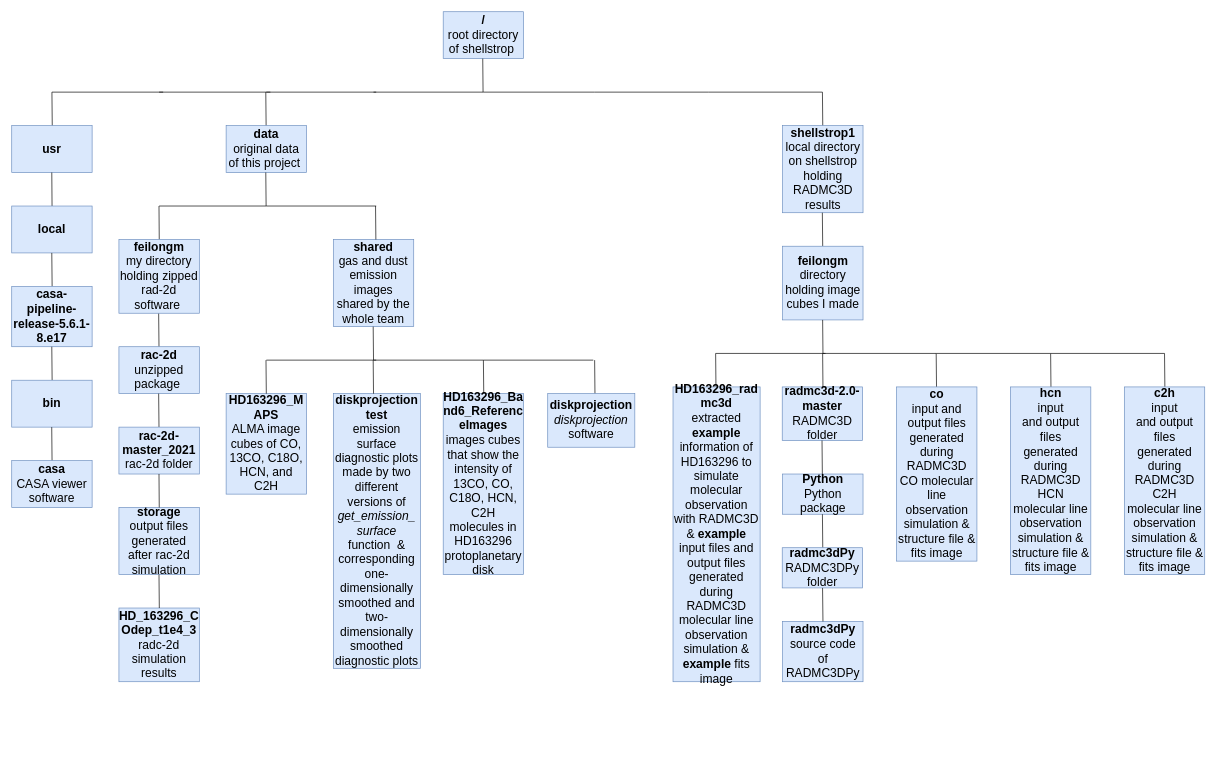
Above: notebooks/Untitled Diagram.drawio in feilongm/Notebooks (draw.io), before the change. Source tidied: cells renumbered, new cells numbered last; positions are measured from the earlier drawing's top-left corner, leaving out a move shared by most shapes. Both pictures are drawn from the tidied source at 67%, with x=0, y=0 at pixel (11, 11).
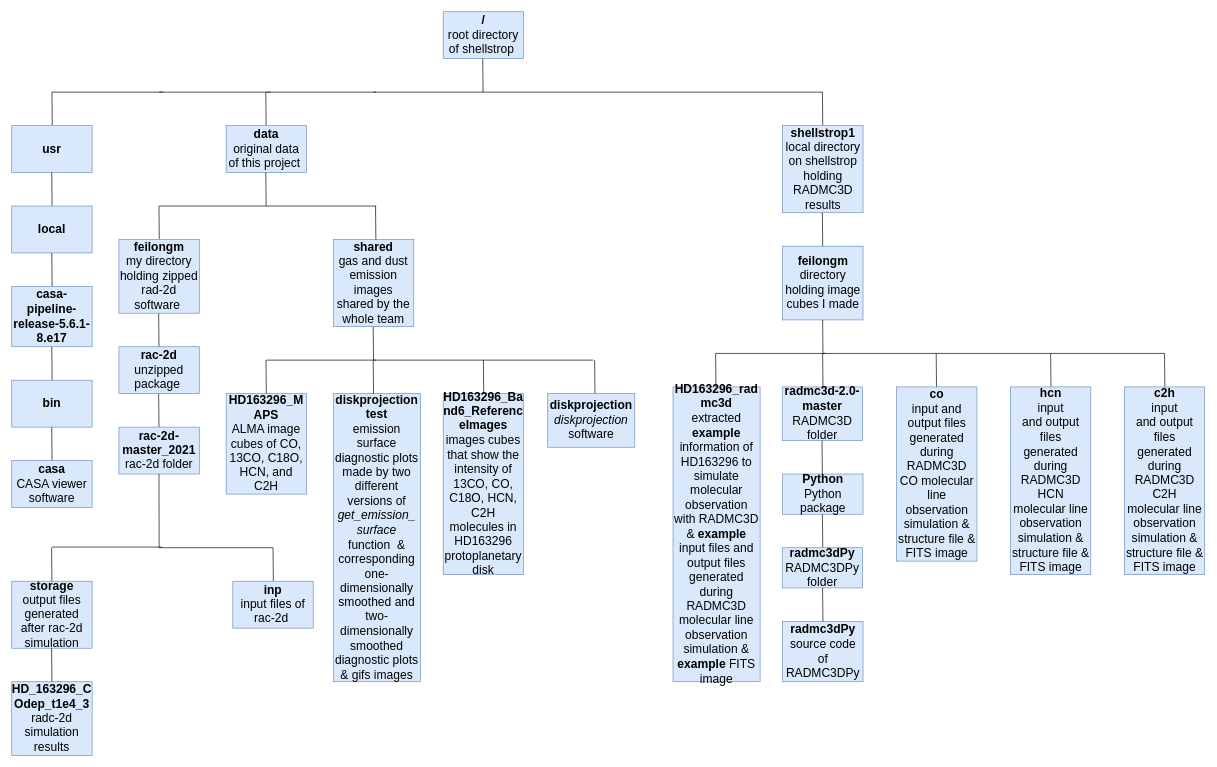
After the change.

The edit, as a diff of the source:
```diff
@@
     <mxCell id="13" value="&lt;font style=&quot;font-size: 18px&quot;&gt;&lt;b&gt;HD_163296_C&lt;br&gt;Odep_t1e4_3&lt;br&gt;&lt;div&gt;&lt;span style=&quot;font-weight: normal&quot;&gt;radc-2d simulation results&lt;/span&gt;&lt;/div&gt;&lt;/b&gt;&lt;/font&gt;" style="rounded=0;whiteSpace=wrap;html=1;fillColor=#dae8fc;strokeColor=#6c8ebf;" parent="1" vertex="1">
-      <mxGeometry x="160" y="890" width="120" height="110" as="geometry" />
+      <mxGeometry y="1000" width="120" height="110" as="geometry" />
     </mxCell>
@@
-    <mxCell id="29" value="&lt;font style=&quot;font-size: 18px&quot;&gt;&lt;b&gt;HD163296_rad&lt;br&gt;mc3d&lt;br&gt;&lt;/b&gt;extracted &lt;b&gt;example&lt;/b&gt; information of HD163296 to simulate molecular observation with RADMC3D&lt;br&gt;&amp;amp; &lt;b&gt;example&lt;/b&gt; input files and output files generated during RADMC3D molecular line observation simulation &amp;amp; &lt;b&gt;example&lt;/b&gt; fits image&lt;br&gt;&lt;/font&gt;" style="rounded=0;whiteSpace=wrap;html=1;fillColor=#dae8fc;strokeColor=#6c8ebf;" parent="1" vertex="1">
+    <mxCell id="29" value="&lt;font style=&quot;font-size: 18px&quot;&gt;&lt;b&gt;HD163296_rad&lt;br&gt;mc3d&lt;br&gt;&lt;/b&gt;extracted &lt;b&gt;example&lt;/b&gt; information of HD163296 to simulate molecular observation with RADMC3D&lt;br&gt;&amp;amp; &lt;b&gt;example&lt;/b&gt; input files and output files generated during RADMC3D molecular line observation simulation &amp;amp; &lt;b&gt;example&lt;/b&gt; FITS image&lt;br&gt;&lt;/font&gt;" style="rounded=0;whiteSpace=wrap;html=1;fillColor=#dae8fc;strokeColor=#6c8ebf;" parent="1" vertex="1">
       <mxGeometry x="987" y="560" width="130" height="440" as="geometry" />
     </mxCell>
@@
-    <mxCell id="32" value="&lt;font style=&quot;font-size: 18px&quot;&gt;&lt;b&gt;co&lt;/b&gt;&lt;br&gt;input and&lt;b&gt; &lt;/b&gt;output files generated during RADMC3D CO molecular line observation simulation &amp;amp; structure file &amp;amp; fits image&lt;br&gt;&lt;/font&gt;" style="rounded=0;whiteSpace=wrap;html=1;fillColor=#dae8fc;strokeColor=#6c8ebf;" parent="1" vertex="1">
+    <mxCell id="32" value="&lt;font style=&quot;font-size: 18px&quot;&gt;&lt;b&gt;co&lt;/b&gt;&lt;br&gt;input and&lt;b&gt; &lt;/b&gt;output files generated during RADMC3D CO molecular line observation simulation &amp;amp; structure file &amp;amp; FITS image&lt;br&gt;&lt;/font&gt;" style="rounded=0;whiteSpace=wrap;html=1;fillColor=#dae8fc;strokeColor=#6c8ebf;" parent="1" vertex="1">
       <mxGeometry x="1320.6" y="560" width="120" height="260" as="geometry" />
     </mxCell>
@@
-    <mxCell id="35" value="&lt;font style=&quot;font-size: 18px&quot;&gt;&lt;b&gt;hcn&lt;br&gt;&lt;/b&gt;input and&lt;b&gt;&amp;nbsp;&lt;/b&gt;output files generated during RADMC3D HCN molecular line observation simulation &amp;amp; structure file &amp;amp; fits image&lt;b&gt;&lt;br&gt;&lt;/b&gt;&lt;/font&gt;" style="rounded=0;whiteSpace=wrap;html=1;fillColor=#dae8fc;strokeColor=#6c8ebf;" parent="1" vertex="1">
+    <mxCell id="35" value="&lt;font style=&quot;font-size: 18px&quot;&gt;&lt;b&gt;hcn&lt;br&gt;&lt;/b&gt;input and&lt;b&gt;&amp;nbsp;&lt;/b&gt;output files generated during RADMC3D HCN molecular line observation simulation &amp;amp; structure file &amp;amp; FITS image&lt;b&gt;&lt;br&gt;&lt;/b&gt;&lt;/font&gt;" style="rounded=0;whiteSpace=wrap;html=1;fillColor=#dae8fc;strokeColor=#6c8ebf;" parent="1" vertex="1">
       <mxGeometry x="1490.6" y="560" width="120" height="280" as="geometry" />
     </mxCell>
@@
-    <mxCell id="38" value="&lt;font style=&quot;font-size: 18px&quot;&gt;&lt;b&gt;c2h&lt;br&gt;&lt;/b&gt;input and&lt;b&gt;&amp;nbsp;&lt;/b&gt;output files generated during RADMC3D C2H molecular line observation simulation &amp;amp; structure file &amp;amp; fits image&lt;b&gt;&lt;br&gt;&lt;/b&gt;&lt;/font&gt;" style="rounded=0;whiteSpace=wrap;html=1;fillColor=#dae8fc;strokeColor=#6c8ebf;" parent="1" vertex="1">
+    <mxCell id="38" value="&lt;font style=&quot;font-size: 18px&quot;&gt;&lt;b&gt;c2h&lt;br&gt;&lt;/b&gt;input and&lt;b&gt;&amp;nbsp;&lt;/b&gt;output files generated during RADMC3D C2H molecular line observation simulation &amp;amp; structure file &amp;amp; FITS image&lt;b&gt;&lt;br&gt;&lt;/b&gt;&lt;/font&gt;" style="rounded=0;whiteSpace=wrap;html=1;fillColor=#dae8fc;strokeColor=#6c8ebf;" parent="1" vertex="1">
       <mxGeometry x="1660.6" y="560" width="120" height="280" as="geometry" />
     </mxCell>
@@
-    <mxCell id="41" value="&lt;font style=&quot;font-size: 18px&quot;&gt;&lt;b&gt;diskprojection&lt;br&gt;test&lt;br&gt;&lt;/b&gt;emission surface diagnostic plots made by two different versions of &lt;i&gt;get_emission_&lt;br&gt;surface&lt;/i&gt; function&amp;nbsp; &amp;amp; corresponding one-dimensionally smoothed and two-dimensionally smoothed diagnostic plots&lt;br&gt;&lt;/font&gt;" style="rounded=0;whiteSpace=wrap;html=1;fillColor=#dae8fc;strokeColor=#6c8ebf;" parent="1" vertex="1">
-      <mxGeometry x="480" y="570" width="130" height="410" as="geometry" />
+    <mxCell id="41" value="&lt;font style=&quot;font-size: 18px&quot;&gt;&lt;b&gt;diskprojection&lt;br&gt;test&lt;br&gt;&lt;/b&gt;emission surface diagnostic plots made by two different versions of &lt;i&gt;get_emission_&lt;br&gt;surface&lt;/i&gt; function&amp;nbsp; &amp;amp; corresponding one-dimensionally smoothed and two-dimensionally smoothed diagnostic plots &amp;amp; gifs images&lt;br&gt;&lt;/font&gt;" style="rounded=0;whiteSpace=wrap;html=1;fillColor=#dae8fc;strokeColor=#6c8ebf;" parent="1" vertex="1">
+      <mxGeometry x="480" y="570" width="130" height="430" as="geometry" />
     </mxCell>
@@
     <mxCell id="49" value="&lt;font style=&quot;font-size: 18px&quot;&gt;&lt;b&gt;storage&lt;/b&gt;&lt;br&gt;output files generated after rac-2d simulation&lt;br&gt;&lt;/font&gt;" style="rounded=0;whiteSpace=wrap;html=1;fillColor=#dae8fc;strokeColor=#6c8ebf;" parent="1" vertex="1">
-      <mxGeometry x="160" y="740" width="120" height="100" as="geometry" />
+      <mxGeometry y="850" width="120" height="100" as="geometry" />
     </mxCell>
     <mxCell id="50" style="endArrow=none;html=1;" parent="1" edge="1">
       <mxGeometry relative="1" as="geometry">
-        <mxPoint x="220.2" y="740" as="sourcePoint" />
+        <mxPoint x="220" y="800" as="sourcePoint" />
         <mxPoint x="219.8" y="690" as="targetPoint" />
       </mxGeometry>
     </mxCell>
     <mxCell id="51" style="endArrow=none;html=1;" parent="1" edge="1">
       <mxGeometry relative="1" as="geometry">
-        <mxPoint x="220.3" y="890" as="sourcePoint" />
-        <mxPoint x="219.8" y="840" as="targetPoint" />
+        <mxPoint x="60" y="1000" as="sourcePoint" />
+        <mxPoint x="59.5" y="950" as="targetPoint" />
       </mxGeometry>
     </mxCell>
@@
+    <mxCell id="75" style="endArrow=none;html=1;" parent="1" edge="1">
+      <mxGeometry relative="1" as="geometry">
+        <mxPoint x="60" y="799" as="sourcePoint" />
+        <mxPoint x="224" y="799" as="targetPoint" />
+      </mxGeometry>
+    </mxCell>
+    <mxCell id="76" style="endArrow=none;html=1;" parent="1" edge="1">
+      <mxGeometry relative="1" as="geometry">
+        <mxPoint x="60" y="850" as="sourcePoint" />
+        <mxPoint x="59.5" y="800" as="targetPoint" />
+      </mxGeometry>
+    </mxCell>
+    <mxCell id="77" style="endArrow=none;html=1;" parent="1" edge="1">
+      <mxGeometry relative="1" as="geometry">
+        <mxPoint x="220" y="800" as="sourcePoint" />
+        <mxPoint x="390" y="800" as="targetPoint" />
+      </mxGeometry>
+    </mxCell>
+    <mxCell id="78" style="endArrow=none;html=1;" parent="1" edge="1">
+      <mxGeometry relative="1" as="geometry">
+        <mxPoint x="390.5" y="850" as="sourcePoint" />
+        <mxPoint x="390" y="800" as="targetPoint" />
+      </mxGeometry>
+    </mxCell>
+    <mxCell id="79" value="&lt;font style=&quot;font-size: 18px&quot;&gt;&lt;b&gt;inp&lt;/b&gt;&lt;br&gt;input files of rac-2d&lt;b&gt;&amp;nbsp;&lt;/b&gt;&lt;br&gt;&lt;/font&gt;" style="rounded=0;whiteSpace=wrap;html=1;fillColor=#dae8fc;strokeColor=#6c8ebf;" parent="1" vertex="1">
+      <mxGeometry x="330" y="850" width="120" height="70" as="geometry" />
+    </mxCell>
```
